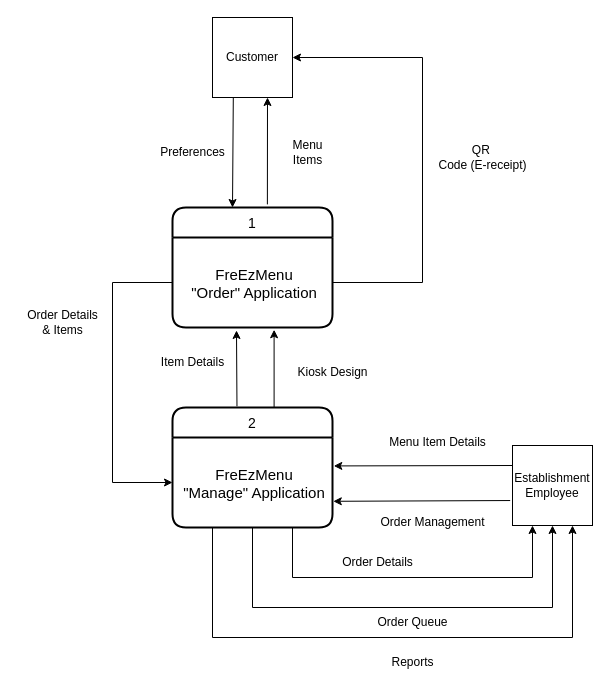
The draw.io diagram DOCS/Diagrams/drawio/DFD Diagram 0.drawio in alexxGmZ/MenuMaApp, before the edit. Source tidied: cells renumbered, new cells numbered last; positions are measured from the earlier drawing's top-left corner, leaving out a move shared by most shapes. Both pictures are drawn from the tidied source at 100%, with x=0, y=0 at pixel (17, 17).
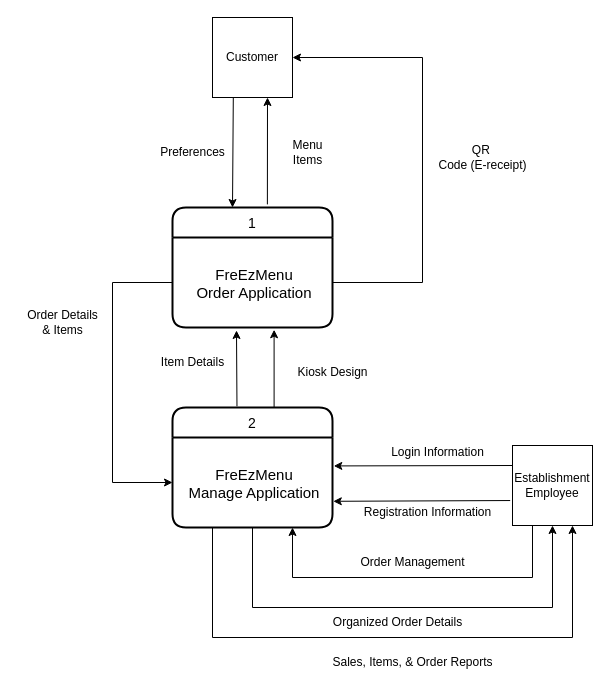
The same diagram, later.

Commit message (it also covers changes not shown here):
diagram(dfd): diagram 0 data flow name changes

Unchanged cells that the change refers to:
```xml
<mxCell id="4" value="Establishment&lt;br&gt;Employee" style="whiteSpace=wrap;html=1;" parent="1" vertex="1">
  <mxGeometry x="495" y="428" width="80" height="80" as="geometry" />
</mxCell>
<mxCell id="5" value="1" style="swimlane;horizontal=1;startSize=30;rounded=1;fontSize=14;fontStyle=0;strokeWidth=2;shadow=0;dashed=0;align=center;" parent="1" vertex="1">
  <mxGeometry x="155" y="190" width="160" height="120" as="geometry" />
</mxCell>
<mxCell id="7" value="2" style="swimlane;horizontal=1;startSize=30;rounded=1;fontSize=14;fontStyle=0;strokeWidth=2;shadow=0;dashed=0;align=center;" parent="1" vertex="1">
  <mxGeometry x="155" y="390" width="160" height="120" as="geometry" />
</mxCell>
```

Change to the diagram source:
```diff
@@
-    <mxCell id="6" value="FreEzMenu&#10;&quot;Order&quot; Application" style="align=center;strokeColor=none;fillColor=none;spacingLeft=4;fontSize=15;verticalAlign=middle;" parent="5" vertex="1">
+    <mxCell id="6" value="FreEzMenu&#10;Order Application" style="align=center;strokeColor=none;fillColor=none;spacingLeft=4;fontSize=15;verticalAlign=middle;" parent="5" vertex="1">
       <mxGeometry y="30" width="160" height="90" as="geometry" />
     </mxCell>
@@
-    <mxCell id="8" value="FreEzMenu&#10;&quot;Manage&quot; Application" style="align=center;strokeColor=none;fillColor=none;spacingLeft=4;fontSize=15;verticalAlign=middle;" parent="7" vertex="1">
+    <mxCell id="8" value="FreEzMenu&#10;Manage Application" style="align=center;strokeColor=none;fillColor=none;spacingLeft=4;fontSize=15;verticalAlign=middle;" parent="7" vertex="1">
       <mxGeometry y="30" width="160" height="90" as="geometry" />
     </mxCell>
@@
-    <mxCell id="11" style="endArrow=classic;html=1;exitX=0.75;exitY=1;exitDx=0;exitDy=0;entryX=0.25;entryY=1;entryDx=0;entryDy=0;rounded=0;" parent="1" edge="1" source="8" target="4">
+    <mxCell id="11" style="endArrow=none;html=1;exitX=0.75;exitY=1;exitDx=0;exitDy=0;entryX=0.25;entryY=1;entryDx=0;entryDy=0;rounded=0;startArrow=classic;startFill=1;endFill=0;" parent="1" edge="1" source="8" target="4">
       <mxGeometry relative="1" as="geometry">
         <Array as="points">
           <mxPoint x="275" y="560" />
           <mxPoint x="515" y="560" />
         </Array>
       </mxGeometry>
     </mxCell>
@@
-    <mxCell id="17" value="Order Details" style="text;html=1;align=center;verticalAlign=middle;strokeColor=none;fillColor=none;" parent="1" vertex="1">
-      <mxGeometry x="315" y="530" width="90" height="30" as="geometry" />
+    <mxCell id="17" value="Organized Order Details" style="text;html=1;align=center;verticalAlign=middle;strokeColor=none;fillColor=none;" parent="1" vertex="1">
+      <mxGeometry x="305" y="590" width="150" height="30" as="geometry" />
     </mxCell>
     <mxCell id="18" value="Order Management" style="text;html=1;align=center;verticalAlign=middle;strokeColor=none;fillColor=none;" parent="1" vertex="1">
-      <mxGeometry x="350" y="490" width="130" height="30" as="geometry" />
+      <mxGeometry x="330" y="530" width="130" height="30" as="geometry" />
     </mxCell>
@@
-    <mxCell id="22" value="Order Queue" style="text;html=1;align=center;verticalAlign=middle;strokeColor=none;fillColor=none;" parent="1" vertex="1">
-      <mxGeometry x="350" y="590" width="90" height="30" as="geometry" />
-    </mxCell>
@@
-    <mxCell id="24" value="Reports" style="text;html=1;align=center;verticalAlign=middle;strokeColor=none;fillColor=none;" parent="1" vertex="1">
-      <mxGeometry x="360" y="630" width="70" height="30" as="geometry" />
+    <mxCell id="24" value="Sales, Items, &amp;amp; Order Reports" style="text;html=1;align=center;verticalAlign=middle;strokeColor=none;fillColor=none;" parent="1" vertex="1">
+      <mxGeometry x="305" y="630" width="180" height="30" as="geometry" />
     </mxCell>
@@
-    <mxCell id="29" value="Menu Item Details" style="text;html=1;align=center;verticalAlign=middle;strokeColor=none;fillColor=none;" parent="1" vertex="1">
-      <mxGeometry x="360" y="410" width="120" height="30" as="geometry" />
+    <mxCell id="29" value="Login Information" style="text;html=1;align=center;verticalAlign=middle;strokeColor=none;fillColor=none;" parent="1" vertex="1">
+      <mxGeometry x="360" y="420" width="120" height="30" as="geometry" />
     </mxCell>
+    <mxCell id="30" value="Registration Information" style="text;html=1;align=center;verticalAlign=middle;strokeColor=none;fillColor=none;" parent="1" vertex="1">
+      <mxGeometry x="335" y="480" width="150" height="30" as="geometry" />
+    </mxCell>
```
